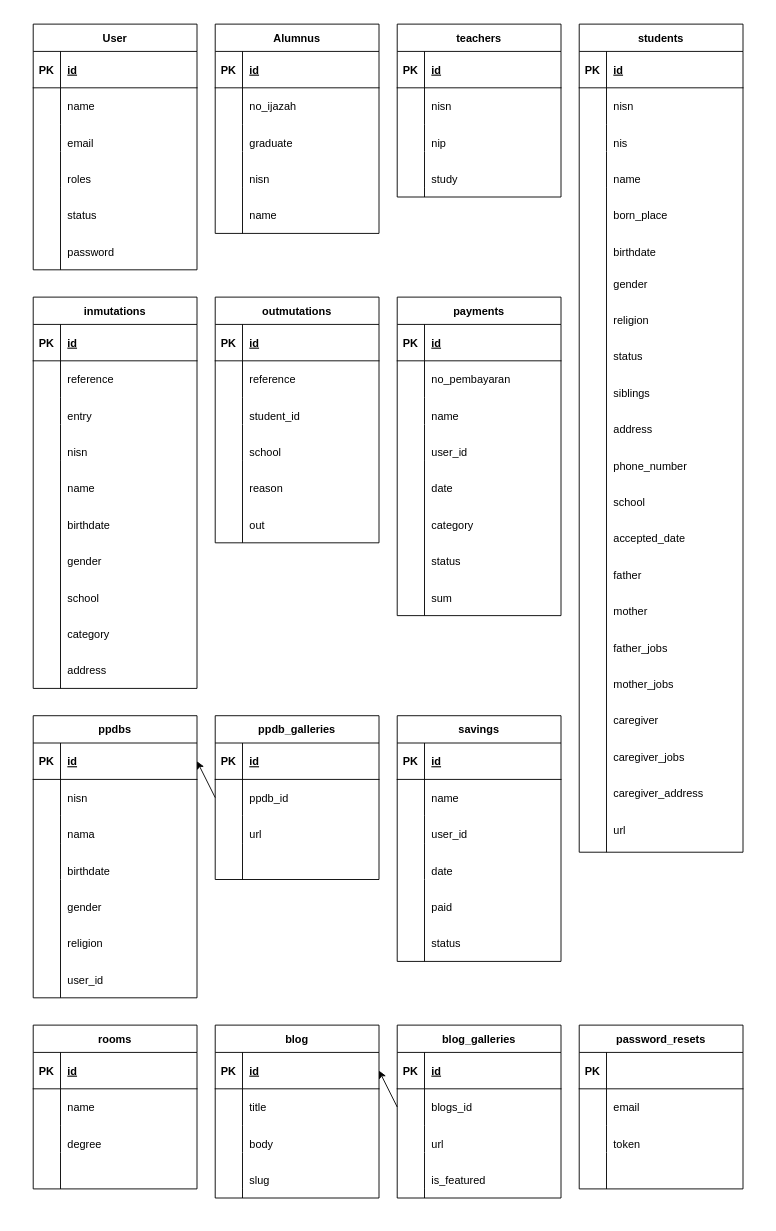
Before: classdiagram.drawio in Minamiichi/misutasv1, a draw.io diagram. Source tidied: cells renumbered, new cells numbered last; positions are measured from the earlier drawing's top-left corner, leaving out a move shared by most shapes. Both pictures are drawn from the tidied source at 91%, with x=0, y=0 at pixel (33, 24).
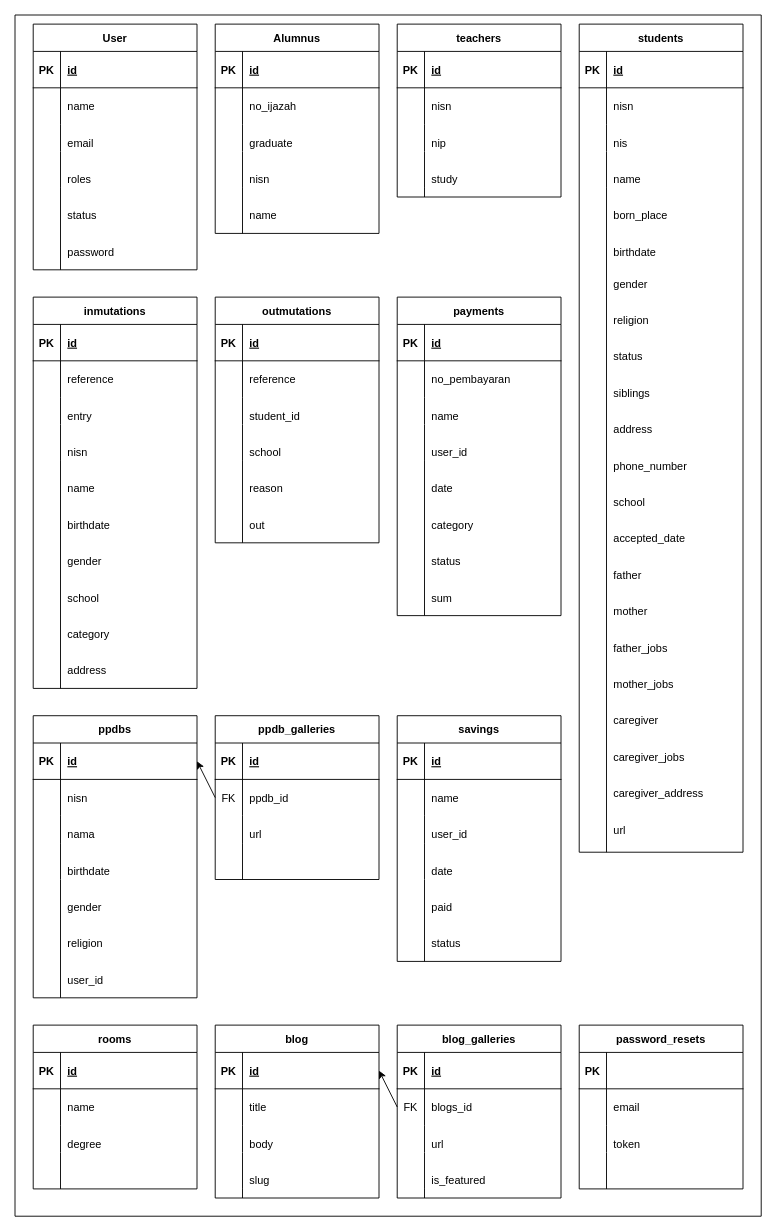
After the change.

Unchanged cells that the change refers to:
```xml
<mxCell id="57" style="shape=tableRow;horizontal=0;startSize=0;swimlaneHead=0;swimlaneBody=0;fillColor=none;points=[[0,0.5],[1,0.5]];portConstraint=eastwest;top=0;left=0;right=0;bottom=0;strokeColor=default;" parent="53" vertex="1">
  <mxGeometry y="70" width="180" height="40" as="geometry" />
</mxCell>
<mxCell id="166" style="shape=tableRow;horizontal=0;startSize=0;swimlaneHead=0;swimlaneBody=0;fillColor=none;points=[[0,0.5],[1,0.5]];portConstraint=eastwest;top=0;left=0;right=0;bottom=0;strokeColor=default;" parent="162" vertex="1">
  <mxGeometry y="70" width="180" height="40" as="geometry" />
</mxCell>
```

The edit, as a diff of the source:
```diff
@@
-    <mxCell id="58" style="shape=partialRectangle;fillColor=none;top=0;left=0;bottom=0;right=0;overflow=hidden;strokeColor=default;" parent="57" vertex="1">
+    <mxCell id="58" value="FK" style="shape=partialRectangle;fillColor=none;top=0;left=0;bottom=0;right=0;overflow=hidden;strokeColor=default;" parent="57" vertex="1">
       <mxGeometry width="30" height="40" as="geometry" />
     </mxCell>
@@
-    <mxCell id="167" style="shape=partialRectangle;fillColor=none;top=0;left=0;bottom=0;right=0;overflow=hidden;strokeColor=default;" parent="166" vertex="1">
+    <mxCell id="167" value="FK" style="shape=partialRectangle;fillColor=none;top=0;left=0;bottom=0;right=0;overflow=hidden;strokeColor=default;" parent="166" vertex="1">
       <mxGeometry width="30" height="40" as="geometry" />
     </mxCell>
@@
+    <mxCell id="260" style="endArrow=none;html=1;rounded=0;" parent="1" edge="1">
+      <mxGeometry relative="1" as="geometry">
+        <mxPoint x="-20" y="-10" as="sourcePoint" />
+        <mxPoint x="800" y="1310" as="targetPoint" />
+        <Array as="points">
+          <mxPoint x="800" y="-10" />
+        </Array>
+      </mxGeometry>
+    </mxCell>
+    <mxCell id="261" style="endArrow=none;html=1;rounded=0;" parent="1" edge="1">
+      <mxGeometry relative="1" as="geometry">
+        <mxPoint x="800" y="1310" as="sourcePoint" />
+        <mxPoint x="-20" y="-10" as="targetPoint" />
+        <Array as="points">
+          <mxPoint x="-20" y="1310" />
+        </Array>
+      </mxGeometry>
+    </mxCell>
```
